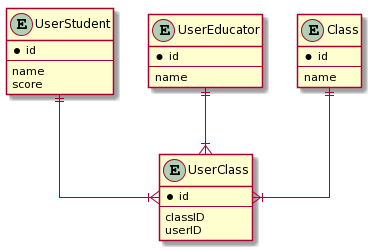
The PlantUML diagram docs/diagrams/UserEntity.png in Orbital-Knewbie/Knewbie, before a commit.
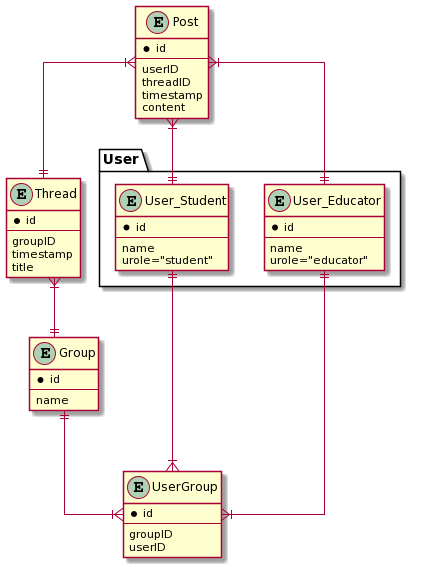
Later version of the same file.

What changed in the source:
```diff
@@ -1,34 +1,60 @@
 @startuml
 skinparam linetype ortho
 
-entity UserStudent {
+package User {
+entity User_Student
+entity User_Educator
+}
+
+entity User_Student {
 *id
 --
 name
-score
+urole="student"
 }
 
-entity UserEducator {
+entity User_Educator {
+*id
+--
+name
+urole="educator"
+}
+
+entity Thread {
+*id
+--
+groupID
+timestamp
+title
+}
+
+entity Post {
+*id
+--
+userID
+threadID
+timestamp
+content
+}
+
+entity Group {
 *id
 --
 name
 }
 
-entity Class {
+entity UserGroup {
 *id
 --
-name
-}
-
-entity UserClass {
-*id
---
-classID
+groupID
 userID
 }
 
-UserStudent ||--|{ UserClass
-
-UserEducator ||--|{ UserClass
-Class ||--|{ UserClass
+User_Student ||--|{ UserGroup
+User_Educator ||--|{ UserGroup
+Group ||--|{ UserGroup
+Thread }|--|| Group
+Post }|--|| Thread
+Post }|--|| User_Student
+Post }|--|| User_Educator
 @enduml
```
